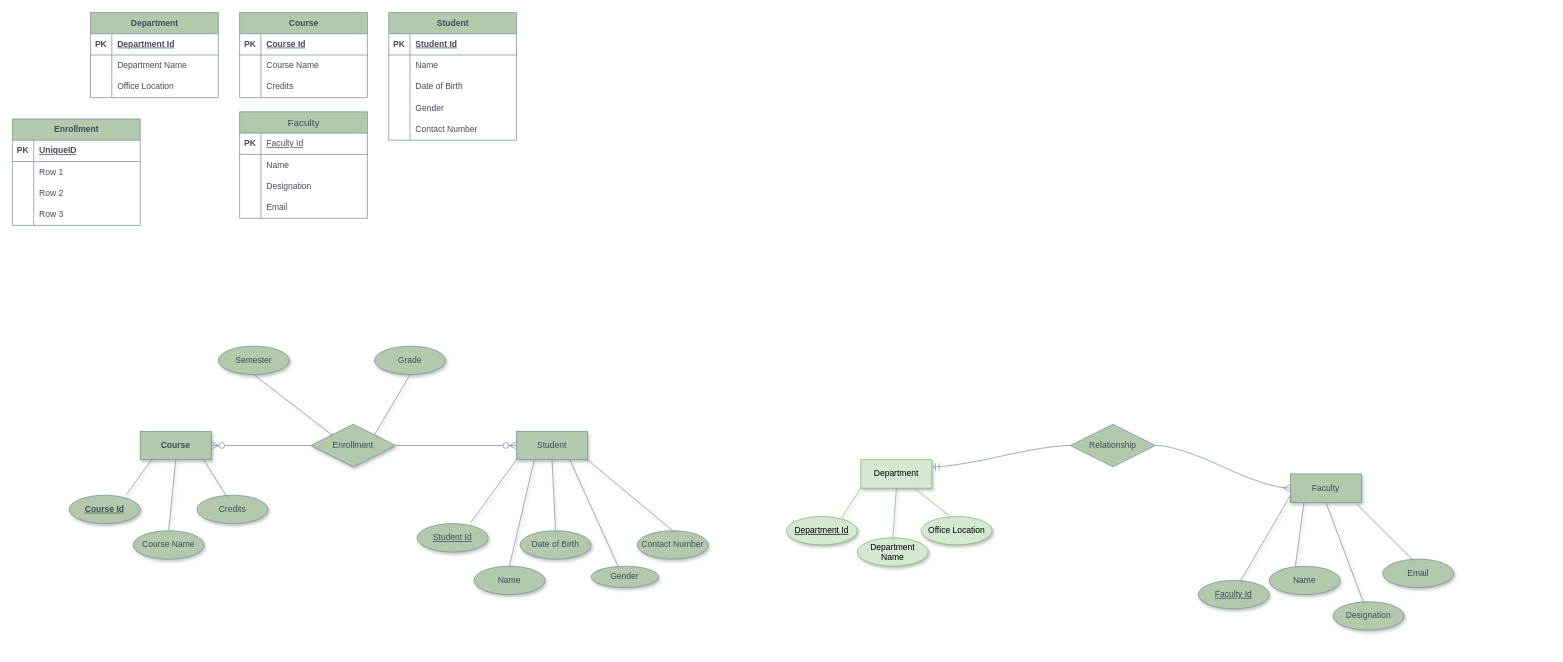
23f2005635/DBMS-practical-assignments keeps this draw.io diagram as Assignment1/Prince.drawio. Above is the earlier version. Source tidied: cells renumbered, new cells numbered last; positions are measured from the earlier drawing's top-left corner, leaving out a move shared by most shapes. Both pictures are drawn from the tidied source at 71%, with x=0, y=0 at pixel (12, 12).
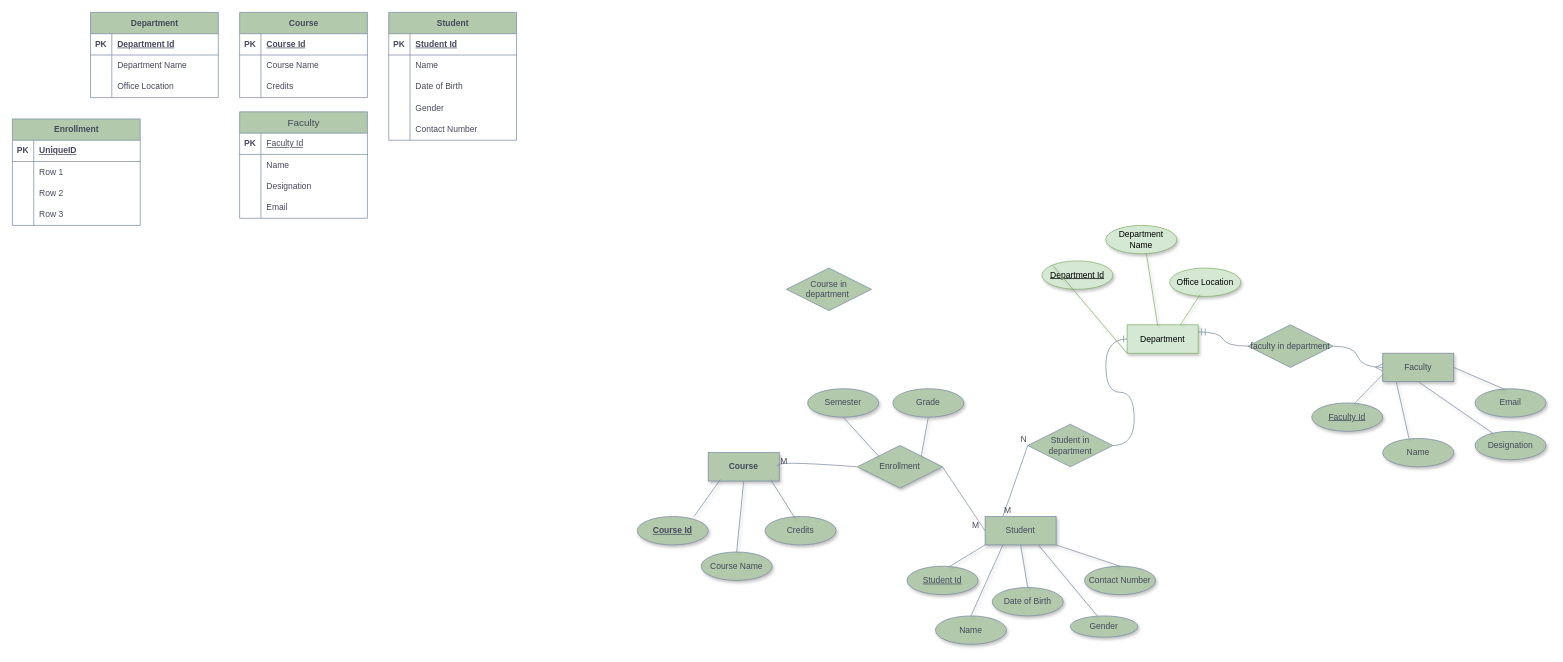
The same page after the edit.

Change to the diagram source:
```diff
@@
     <mxCell id="64" value="Department" style="whiteSpace=wrap;html=1;align=center;labelBackgroundColor=none;fillColor=#d5e8d4;strokeColor=#82b366;shadow=1;" parent="1" vertex="1">
-      <mxGeometry x="1195" y="630" width="100" height="40" as="geometry" />
+      <mxGeometry x="1570" y="440" width="100" height="40" as="geometry" />
     </mxCell>
     <mxCell id="65" value="Department Id" style="ellipse;whiteSpace=wrap;html=1;align=center;fontStyle=4;labelBackgroundColor=none;fillColor=#d5e8d4;strokeColor=#82b366;shadow=1;" parent="1" vertex="1">
-      <mxGeometry x="1090" y="710" width="100" height="40" as="geometry" />
+      <mxGeometry x="1450" y="350" width="100" height="40" as="geometry" />
     </mxCell>
     <mxCell id="66" value="&lt;span style=&quot;text-align: left;&quot;&gt;Office Location&lt;/span&gt;" style="ellipse;whiteSpace=wrap;html=1;align=center;labelBackgroundColor=none;fillColor=#d5e8d4;strokeColor=#82b366;shadow=1;" parent="1" vertex="1">
-      <mxGeometry x="1280" y="710" width="100" height="40" as="geometry" />
+      <mxGeometry x="1630" y="360" width="100" height="40" as="geometry" />
     </mxCell>
     <mxCell id="67" value="&lt;span style=&quot;text-align: left;&quot;&gt;Department Name&lt;/span&gt;" style="ellipse;whiteSpace=wrap;html=1;align=center;labelBackgroundColor=none;fillColor=#d5e8d4;strokeColor=#82b366;shadow=1;" parent="1" vertex="1">
-      <mxGeometry x="1190" y="740" width="100" height="40" as="geometry" />
+      <mxGeometry x="1540" y="300" width="100" height="40" as="geometry" />
     </mxCell>
-    <mxCell id="68" style="endArrow=none;html=1;rounded=0;strokeColor=#82b366;fontSize=12;fontColor=#46495D;startSize=8;endSize=8;curved=1;fillColor=#d5e8d4;entryX=0;entryY=1;entryDx=0;entryDy=0;exitX=0.78;exitY=0.025;exitDx=0;exitDy=0;shadow=1;exitPerimeter=0;" parent="1" edge="1" source="65" target="64">
+    <mxCell id="68" style="endArrow=none;html=1;rounded=0;strokeColor=#82b366;fontSize=12;fontColor=#46495D;startSize=8;endSize=8;curved=1;fillColor=#d5e8d4;entryX=0;entryY=1;entryDx=0;entryDy=0;exitX=0;exitY=0;exitDx=0;exitDy=0;shadow=1;" parent="1" edge="1" source="65" target="64">
       <mxGeometry relative="1" as="geometry" />
     </mxCell>
-    <mxCell id="69" style="endArrow=none;html=1;rounded=0;strokeColor=#82b366;fontSize=12;fontColor=#46495D;startSize=8;endSize=8;curved=1;fillColor=#d5e8d4;entryX=0.5;entryY=1;entryDx=0;entryDy=0;exitX=0.5;exitY=0;exitDx=0;exitDy=0;shadow=1;" parent="1" edge="1" source="67" target="64">
+    <mxCell id="69" style="endArrow=none;html=1;rounded=0;strokeColor=#82b366;fontSize=12;fontColor=#46495D;startSize=8;endSize=8;curved=1;fillColor=#d5e8d4;entryX=0.43;entryY=0.025;entryDx=0;entryDy=0;exitX=0.57;exitY=0.975;exitDx=0;exitDy=0;shadow=1;entryPerimeter=0;exitPerimeter=0;" parent="1" edge="1" source="67" target="64">
       <mxGeometry relative="1" as="geometry" />
     </mxCell>
-    <mxCell id="70" style="endArrow=none;html=1;rounded=0;strokeColor=#82b366;fontSize=12;fontColor=#46495D;startSize=8;endSize=8;curved=1;fillColor=#d5e8d4;entryX=0.4;entryY=-0.025;entryDx=0;entryDy=0;entryPerimeter=0;exitX=0.75;exitY=1;exitDx=0;exitDy=0;shadow=1;" parent="1" edge="1" source="64" target="66">
+    <mxCell id="70" style="endArrow=none;html=1;rounded=0;strokeColor=#82b366;fontSize=12;fontColor=#46495D;startSize=8;endSize=8;curved=1;fillColor=#d5e8d4;entryX=0.43;entryY=0.925;entryDx=0;entryDy=0;entryPerimeter=0;exitX=0.75;exitY=0;exitDx=0;exitDy=0;shadow=1;" parent="1" edge="1" source="64" target="66">
       <mxGeometry relative="1" as="geometry" />
     </mxCell>
     <mxCell id="71" value="&lt;span style=&quot;font-weight: 700; text-wrap-mode: nowrap;&quot;&gt;Course&lt;/span&gt;" style="whiteSpace=wrap;html=1;align=center;strokeColor=#788AA3;fontColor=#46495D;fillColor=#B2C9AB;shadow=1;" parent="1" vertex="1">
-      <mxGeometry x="180" y="590" width="100" height="40" as="geometry" />
+      <mxGeometry x="980" y="620" width="100" height="40" as="geometry" />
     </mxCell>
     <mxCell id="72" value="&lt;span style=&quot;font-weight: 700; text-align: left;&quot;&gt;Course Id&lt;/span&gt;" style="ellipse;whiteSpace=wrap;html=1;align=center;fontStyle=4;strokeColor=#788AA3;fontColor=#46495D;fillColor=#B2C9AB;shadow=1;" parent="1" vertex="1">
-      <mxGeometry x="80" y="680" width="100" height="40" as="geometry" />
+      <mxGeometry x="880" y="710" width="100" height="40" as="geometry" />
     </mxCell>
     <mxCell id="73" value="&lt;span style=&quot;text-align: left;&quot;&gt;Credits&lt;/span&gt;" style="ellipse;whiteSpace=wrap;html=1;align=center;strokeColor=#788AA3;fontColor=#46495D;fillColor=#B2C9AB;shadow=1;" parent="1" vertex="1">
-      <mxGeometry x="260" y="680" width="100" height="40" as="geometry" />
+      <mxGeometry x="1060" y="710" width="100" height="40" as="geometry" />
     </mxCell>
     <mxCell id="74" value="&lt;span style=&quot;text-align: left;&quot;&gt;Course Name&lt;/span&gt;" style="ellipse;whiteSpace=wrap;html=1;align=center;strokeColor=#788AA3;fontColor=#46495D;fillColor=#B2C9AB;shadow=1;" parent="1" vertex="1">
-      <mxGeometry x="170" y="730" width="100" height="40" as="geometry" />
+      <mxGeometry x="970" y="760" width="100" height="40" as="geometry" />
     </mxCell>
@@
     <mxCell id="78" value="Student" style="whiteSpace=wrap;html=1;align=center;strokeColor=#788AA3;fontColor=#46495D;fillColor=#B2C9AB;shadow=1;" parent="1" vertex="1">
-      <mxGeometry x="710" y="590" width="100" height="40" as="geometry" />
+      <mxGeometry x="1370" y="710" width="100" height="40" as="geometry" />
     </mxCell>
     <mxCell id="79" value="Student Id" style="ellipse;whiteSpace=wrap;html=1;align=center;fontStyle=4;strokeColor=#788AA3;fontColor=#46495D;fillColor=#B2C9AB;shadow=1;" parent="1" vertex="1">
-      <mxGeometry x="570" y="720" width="100" height="40" as="geometry" />
+      <mxGeometry x="1260" y="780" width="100" height="40" as="geometry" />
     </mxCell>
     <mxCell id="80" value="&lt;span style=&quot;text-align: left;&quot;&gt;Name&lt;/span&gt;" style="ellipse;whiteSpace=wrap;html=1;align=center;strokeColor=#788AA3;fontColor=#46495D;fillColor=#B2C9AB;shadow=1;" parent="1" vertex="1">
-      <mxGeometry x="650" y="780" width="100" height="40" as="geometry" />
+      <mxGeometry x="1300" y="850" width="100" height="40" as="geometry" />
     </mxCell>
     <mxCell id="81" value="&lt;span style=&quot;text-align: left;&quot;&gt;Gender&lt;/span&gt;" style="ellipse;whiteSpace=wrap;html=1;align=center;strokeColor=#788AA3;fontColor=#46495D;fillColor=#B2C9AB;shadow=1;" parent="1" vertex="1">
-      <mxGeometry x="815" y="780" width="95" height="30" as="geometry" />
+      <mxGeometry x="1490" y="850" width="95" height="30" as="geometry" />
     </mxCell>
     <mxCell id="82" value="&lt;span style=&quot;text-align: left;&quot;&gt;Contact Number&lt;/span&gt;" style="ellipse;whiteSpace=wrap;html=1;align=center;strokeColor=#788AA3;fontColor=#46495D;fillColor=#B2C9AB;shadow=1;" parent="1" vertex="1">
-      <mxGeometry x="880" y="730" width="100" height="40" as="geometry" />
+      <mxGeometry x="1510" y="780" width="100" height="40" as="geometry" />
     </mxCell>
     <mxCell id="83" value="&lt;span style=&quot;text-align: left;&quot;&gt;Date of Birth&lt;/span&gt;" style="ellipse;whiteSpace=wrap;html=1;align=center;strokeColor=#788AA3;fontColor=#46495D;fillColor=#B2C9AB;shadow=1;" parent="1" vertex="1">
-      <mxGeometry x="715" y="730" width="100" height="40" as="geometry" />
+      <mxGeometry x="1380" y="810" width="100" height="40" as="geometry" />
     </mxCell>
-    <mxCell id="84" style="endArrow=none;html=1;rounded=0;strokeColor=#788AA3;fontSize=12;fontColor=#46495D;startSize=8;endSize=8;curved=1;fillColor=#B2C9AB;entryX=0;entryY=1;entryDx=0;entryDy=0;exitX=0.75;exitY=-0.025;exitDx=0;exitDy=0;exitPerimeter=0;shadow=1;" parent="1" edge="1" source="79" target="78">
+    <mxCell id="84" style="endArrow=none;html=1;rounded=0;strokeColor=#788AA3;fontSize=12;fontColor=#46495D;startSize=8;endSize=8;curved=1;fillColor=#B2C9AB;entryX=0;entryY=1;entryDx=0;entryDy=0;exitX=0.59;exitY=0.025;exitDx=0;exitDy=0;exitPerimeter=0;shadow=1;" parent="1" edge="1" source="79" target="78">
       <mxGeometry relative="1" as="geometry" />
     </mxCell>
@@
     <mxCell id="89" value="Faculty" style="whiteSpace=wrap;html=1;align=center;strokeColor=#788AA3;fontColor=#46495D;fillColor=#B2C9AB;shadow=1;" parent="1" vertex="1">
-      <mxGeometry x="1800" y="650" width="100" height="40" as="geometry" />
+      <mxGeometry x="1930" y="480" width="100" height="40" as="geometry" />
     </mxCell>
     <mxCell id="90" value="&lt;span style=&quot;text-align: left;&quot;&gt;Faculty Id&lt;/span&gt;" style="ellipse;whiteSpace=wrap;html=1;align=center;fontStyle=4;strokeColor=#788AA3;fontColor=#46495D;fillColor=#B2C9AB;shadow=1;" parent="1" vertex="1">
-      <mxGeometry x="1670" y="800" width="100" height="40" as="geometry" />
+      <mxGeometry x="1830" y="550" width="100" height="40" as="geometry" />
     </mxCell>
     <mxCell id="91" value="&lt;span style=&quot;text-align: left;&quot;&gt;Email&lt;/span&gt;" style="ellipse;whiteSpace=wrap;html=1;align=center;strokeColor=#788AA3;fontColor=#46495D;fillColor=#B2C9AB;shadow=1;" parent="1" vertex="1">
-      <mxGeometry x="1930" y="770" width="100" height="40" as="geometry" />
+      <mxGeometry x="2060" y="530" width="100" height="40" as="geometry" />
     </mxCell>
     <mxCell id="92" value="&lt;span style=&quot;text-align: left;&quot;&gt;Designation&lt;/span&gt;" style="ellipse;whiteSpace=wrap;html=1;align=center;strokeColor=#788AA3;fontColor=#46495D;fillColor=#B2C9AB;shadow=1;" parent="1" vertex="1">
-      <mxGeometry x="1860" y="830" width="100" height="40" as="geometry" />
+      <mxGeometry x="2060" y="590" width="100" height="40" as="geometry" />
     </mxCell>
     <mxCell id="93" value="&lt;span style=&quot;text-align: left;&quot;&gt;Name&lt;/span&gt;" style="ellipse;whiteSpace=wrap;html=1;align=center;strokeColor=#788AA3;fontColor=#46495D;fillColor=#B2C9AB;shadow=1;" parent="1" vertex="1">
-      <mxGeometry x="1770" y="780" width="100" height="40" as="geometry" />
+      <mxGeometry x="1930" y="600" width="100" height="40" as="geometry" />
     </mxCell>
@@
-    <mxCell id="97" style="endArrow=none;html=1;rounded=0;strokeColor=#788AA3;fontSize=12;fontColor=#46495D;startSize=8;endSize=8;curved=1;fillColor=#B2C9AB;entryX=0.94;entryY=1.075;entryDx=0;entryDy=0;entryPerimeter=0;exitX=0.42;exitY=0.025;exitDx=0;exitDy=0;exitPerimeter=0;shadow=1;" parent="1" edge="1" source="91" target="89">
+    <mxCell id="97" style="endArrow=none;html=1;rounded=0;strokeColor=#788AA3;fontSize=12;fontColor=#46495D;startSize=8;endSize=8;curved=1;fillColor=#B2C9AB;entryX=1;entryY=0.5;entryDx=0;entryDy=0;exitX=0.42;exitY=0.025;exitDx=0;exitDy=0;exitPerimeter=0;shadow=1;" parent="1" edge="1" source="91" target="89">
       <mxGeometry relative="1" as="geometry" />
     </mxCell>
     <mxCell id="98" value="Enrollment" style="shape=rhombus;perimeter=rhombusPerimeter;whiteSpace=wrap;html=1;align=center;strokeColor=#788AA3;fontColor=#46495D;fillColor=#B2C9AB;shadow=1;" parent="1" vertex="1">
-      <mxGeometry x="420" y="580" width="120" height="60" as="geometry" />
+      <mxGeometry x="1190" y="610" width="120" height="60" as="geometry" />
     </mxCell>
     <mxCell id="99" value="Grade" style="ellipse;whiteSpace=wrap;html=1;align=center;strokeColor=#788AA3;fontColor=#46495D;fillColor=#B2C9AB;shadow=1;" parent="1" vertex="1">
-      <mxGeometry x="510" y="470" width="100" height="40" as="geometry" />
+      <mxGeometry x="1240" y="530" width="100" height="40" as="geometry" />
     </mxCell>
     <mxCell id="100" value="Semester" style="ellipse;whiteSpace=wrap;html=1;align=center;strokeColor=#788AA3;fontColor=#46495D;fillColor=#B2C9AB;shadow=1;" parent="1" vertex="1">
-      <mxGeometry x="290" y="470" width="100" height="40" as="geometry" />
+      <mxGeometry x="1120" y="530" width="100" height="40" as="geometry" />
     </mxCell>
@@
-    <mxCell id="103" style="edgeStyle=entityRelationEdgeStyle;fontSize=12;html=1;endArrow=ERzeroToMany;endFill=1;rounded=0;strokeColor=#788AA3;fontColor=#46495D;startSize=8;endSize=8;curved=1;fillColor=#B2C9AB;entryX=0;entryY=0.5;entryDx=0;entryDy=0;exitX=1;exitY=0.5;exitDx=0;exitDy=0;" parent="1" edge="1" source="98" target="78">
-      <mxGeometry relative="1" as="geometry" />
-    </mxCell>
-    <mxCell id="104" style="edgeStyle=entityRelationEdgeStyle;fontSize=12;html=1;endArrow=ERzeroToMany;endFill=1;rounded=0;strokeColor=#788AA3;fontColor=#46495D;startSize=8;endSize=8;curved=1;fillColor=#B2C9AB;entryX=1;entryY=0.5;entryDx=0;entryDy=0;exitX=0;exitY=0.5;exitDx=0;exitDy=0;" parent="1" edge="1" source="98" target="71">
-      <mxGeometry relative="1" as="geometry" />
-    </mxCell>
-    <mxCell id="105" value="Relationship" style="shape=rhombus;perimeter=rhombusPerimeter;whiteSpace=wrap;html=1;align=center;strokeColor=#788AA3;fontColor=#46495D;fillColor=#B2C9AB;" parent="1" vertex="1">
-      <mxGeometry x="1490" y="580" width="120" height="60" as="geometry" />
+    <mxCell id="105" value="faculty in department" style="shape=rhombus;perimeter=rhombusPerimeter;whiteSpace=wrap;html=1;align=center;strokeColor=#788AA3;fontColor=#46495D;fillColor=#B2C9AB;" parent="1" vertex="1">
+      <mxGeometry x="1740" y="440" width="120" height="60" as="geometry" />
     </mxCell>
@@
+    <mxCell id="108" value="Student in department" style="shape=rhombus;perimeter=rhombusPerimeter;whiteSpace=wrap;html=1;align=center;strokeColor=#788AA3;fontColor=#46495D;fillColor=#B2C9AB;" parent="1" vertex="1">
+      <mxGeometry x="1430" y="580" width="120" height="60" as="geometry" />
+    </mxCell>
+    <mxCell id="109" style="edgeStyle=entityRelationEdgeStyle;fontSize=12;html=1;endArrow=ERone;endFill=1;rounded=0;strokeColor=#788AA3;fontColor=#46495D;startSize=8;endSize=8;curved=1;fillColor=#B2C9AB;entryX=0;entryY=0.5;entryDx=0;entryDy=0;exitX=1;exitY=0.5;exitDx=0;exitDy=0;" parent="1" edge="1" source="108" target="64">
+      <mxGeometry relative="1" as="geometry" />
+    </mxCell>
+    <mxCell id="110" value="Course in department&amp;nbsp;" style="shape=rhombus;perimeter=rhombusPerimeter;whiteSpace=wrap;html=1;align=center;strokeColor=#788AA3;fontColor=#46495D;fillColor=#B2C9AB;" parent="1" vertex="1">
+      <mxGeometry x="1090" y="360" width="120" height="60" as="geometry" />
+    </mxCell>
+    <mxCell id="111" style="endArrow=none;html=1;rounded=0;strokeColor=#788AA3;fontSize=12;fontColor=#46495D;startSize=8;endSize=8;curved=1;fillColor=#B2C9AB;entryX=0;entryY=0.5;entryDx=0;entryDy=0;exitX=1;exitY=0.5;exitDx=0;exitDy=0;" parent="1" edge="1" source="71" target="98">
+      <mxGeometry relative="1" as="geometry">
+        <Array as="points">
+          <mxPoint x="1060" y="630" />
+        </Array>
+      </mxGeometry>
+    </mxCell>
+    <mxCell id="112" value="M" style="html=1;whiteSpace=wrap;align=left;verticalAlign=bottom;strokeColor=#788AA3;fontColor=#46495D;fillColor=#B2C9AB;" parent="111" vertex="1">
+      <mxGeometry x="-1" relative="1" as="geometry" />
+    </mxCell>
+    <mxCell id="113" style="endArrow=none;html=1;rounded=0;strokeColor=#788AA3;fontSize=12;fontColor=#46495D;startSize=8;endSize=8;curved=1;fillColor=#B2C9AB;exitX=0;exitY=0.5;exitDx=0;exitDy=0;entryX=1;entryY=0.5;entryDx=0;entryDy=0;" parent="1" edge="1" source="78" target="98">
+      <mxGeometry relative="1" as="geometry" />
+    </mxCell>
+    <mxCell id="114" value="M" style="html=1;whiteSpace=wrap;align=left;verticalAlign=bottom;strokeColor=#788AA3;fontColor=#46495D;fillColor=#B2C9AB;" parent="113" vertex="1">
+      <mxGeometry x="-1" relative="1" as="geometry">
+        <mxPoint x="-20" as="offset" />
+      </mxGeometry>
+    </mxCell>
+    <mxCell id="115" style="endArrow=none;html=1;rounded=0;strokeColor=#788AA3;fontSize=12;fontColor=#46495D;startSize=8;endSize=8;curved=1;fillColor=#B2C9AB;exitX=0.25;exitY=0;exitDx=0;exitDy=0;entryX=0;entryY=0.5;entryDx=0;entryDy=0;" parent="1" edge="1" source="78" target="108">
+      <mxGeometry relative="1" as="geometry" />
+    </mxCell>
+    <mxCell id="116" value="M" style="html=1;whiteSpace=wrap;align=left;verticalAlign=bottom;strokeColor=#788AA3;fontColor=#46495D;fillColor=#B2C9AB;" parent="115" vertex="1">
+      <mxGeometry x="-1" relative="1" as="geometry" />
+    </mxCell>
+    <mxCell id="117" value="N" style="html=1;whiteSpace=wrap;align=right;verticalAlign=bottom;strokeColor=#788AA3;fontColor=#46495D;fillColor=#B2C9AB;" parent="115" vertex="1">
+      <mxGeometry x="1" relative="1" as="geometry" />
+    </mxCell>
```
